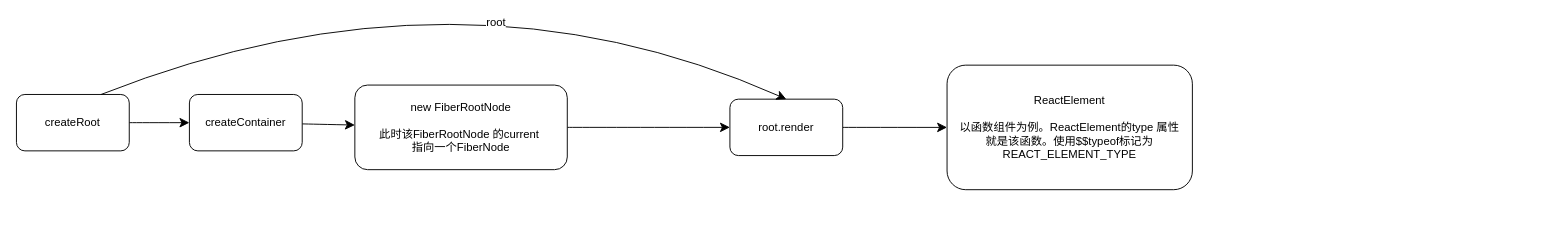
Above: React/reactArchitecture.drawio in linround/gitBook (draw.io), before the change. Source tidied: cells renumbered, new cells numbered last; positions are measured from the earlier drawing's top-left corner, leaving out a move shared by most shapes. Both pictures are drawn from the tidied source at 94%, with x=0, y=0 at pixel (16, -47).
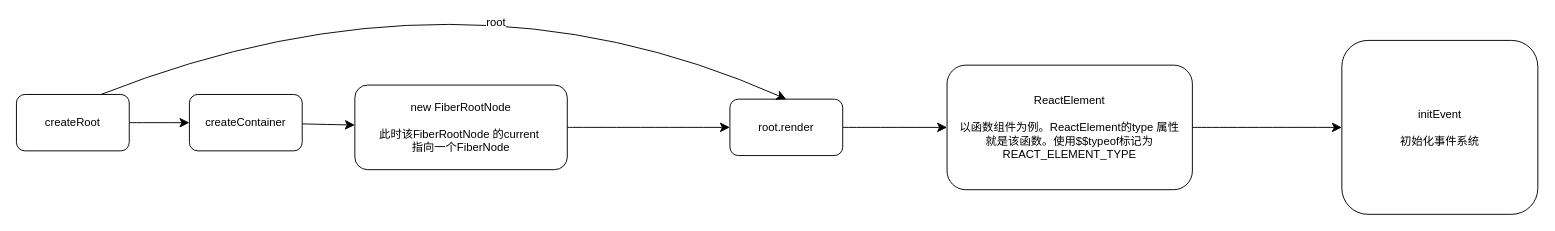
Above is the later version.

What changed in the source:
```diff
@@
 <mxGraphModel>
   <root>
     <mxCell id="0" />
     <mxCell id="1" parent="0" />
     <mxCell id="2" style="edgeStyle=none;curved=1;rounded=0;jettySize=auto;html=1;fontSize=12;startSize=8;endSize=8;" parent="1" edge="1" source="3" target="5">
       <mxGeometry relative="1" as="geometry" />
     </mxCell>
     <mxCell id="3" value="createRoot" style="rounded=1;whiteSpace=wrap;html=1;" parent="1" vertex="1">
       <mxGeometry y="150" width="120" height="60" as="geometry" />
     </mxCell>
     <mxCell id="4" style="edgeStyle=none;curved=1;rounded=0;jettySize=auto;html=1;fontSize=12;startSize=8;endSize=8;" parent="1" edge="1" source="5" target="7">
       <mxGeometry relative="1" as="geometry" />
     </mxCell>
     <mxCell id="5" value="createContainer" style="whiteSpace=wrap;html=1;rounded=1;" parent="1" vertex="1">
       <mxGeometry x="184" y="150" width="120" height="60" as="geometry" />
     </mxCell>
     <mxCell id="6" style="edgeStyle=none;curved=1;rounded=0;jettySize=auto;html=1;fontSize=12;startSize=8;endSize=8;" parent="1" edge="1" source="7" target="9">
       <mxGeometry relative="1" as="geometry" />
     </mxCell>
     <mxCell id="7" value="new&amp;nbsp;FiberRootNode&lt;div&gt;&lt;br&gt;&lt;/div&gt;&lt;div&gt;此时该FiberRootNode 的current&amp;nbsp;&lt;/div&gt;&lt;div&gt;指向一个FiberNode&lt;/div&gt;" style="whiteSpace=wrap;html=1;rounded=1;" parent="1" vertex="1">
       <mxGeometry x="360" y="140" width="226" height="90" as="geometry" />
     </mxCell>
     <mxCell id="8" style="edgeStyle=none;curved=1;rounded=0;jettySize=auto;html=1;fontSize=12;startSize=8;endSize=8;" parent="1" edge="1" source="9" target="12">
       <mxGeometry relative="1" as="geometry" />
     </mxCell>
     <mxCell id="9" value="root.render" style="whiteSpace=wrap;html=1;rounded=1;" parent="1" vertex="1">
       <mxGeometry x="759" y="155" width="120" height="60" as="geometry" />
     </mxCell>
     <mxCell id="10" style="edgeStyle=none;curved=1;rounded=0;jettySize=auto;html=1;exitX=0.75;exitY=0;exitDx=0;exitDy=0;entryX=0.5;entryY=0;entryDx=0;entryDy=0;fontSize=12;startSize=8;endSize=8;" parent="1" edge="1" source="3" target="9">
       <mxGeometry relative="1" as="geometry">
         <Array as="points">
           <mxPoint x="470" />
         </Array>
       </mxGeometry>
     </mxCell>
     <mxCell id="11" value="root" style="edgeLabel;html=1;align=center;verticalAlign=middle;fontSize=12;" parent="10" vertex="1">
       <mxGeometry x="0.2" y="-51" relative="1" as="geometry" />
     </mxCell>
+    <mxCell id="13" style="edgeStyle=none;curved=1;rounded=0;jettySize=auto;html=1;fontSize=12;startSize=8;endSize=8;" parent="1" edge="1" source="12" target="14">
+      <mxGeometry relative="1" as="geometry" />
+    </mxCell>
     <mxCell id="12" value="ReactElement&lt;div&gt;&lt;br&gt;&lt;/div&gt;&lt;div&gt;以函数组件为例。ReactElement的type 属性&lt;/div&gt;&lt;div&gt;就是该函数。使用$$typeof标记为&lt;/div&gt;&lt;div&gt;REACT_ELEMENT_TYPE&lt;br&gt;&lt;/div&gt;" style="whiteSpace=wrap;html=1;rounded=1;" parent="1" vertex="1">
       <mxGeometry x="990" y="118.8" width="261" height="132.5" as="geometry" />
     </mxCell>
+    <mxCell id="14" value="initEvent&lt;div&gt;&lt;br&gt;&lt;/div&gt;&lt;div&gt;初始化事件系统&lt;/div&gt;" style="whiteSpace=wrap;html=1;rounded=1;" parent="1" vertex="1">
+      <mxGeometry x="1410" y="92.5" width="208.5" height="185" as="geometry" />
+    </mxCell>
   </root>
 </mxGraphModel>
```
